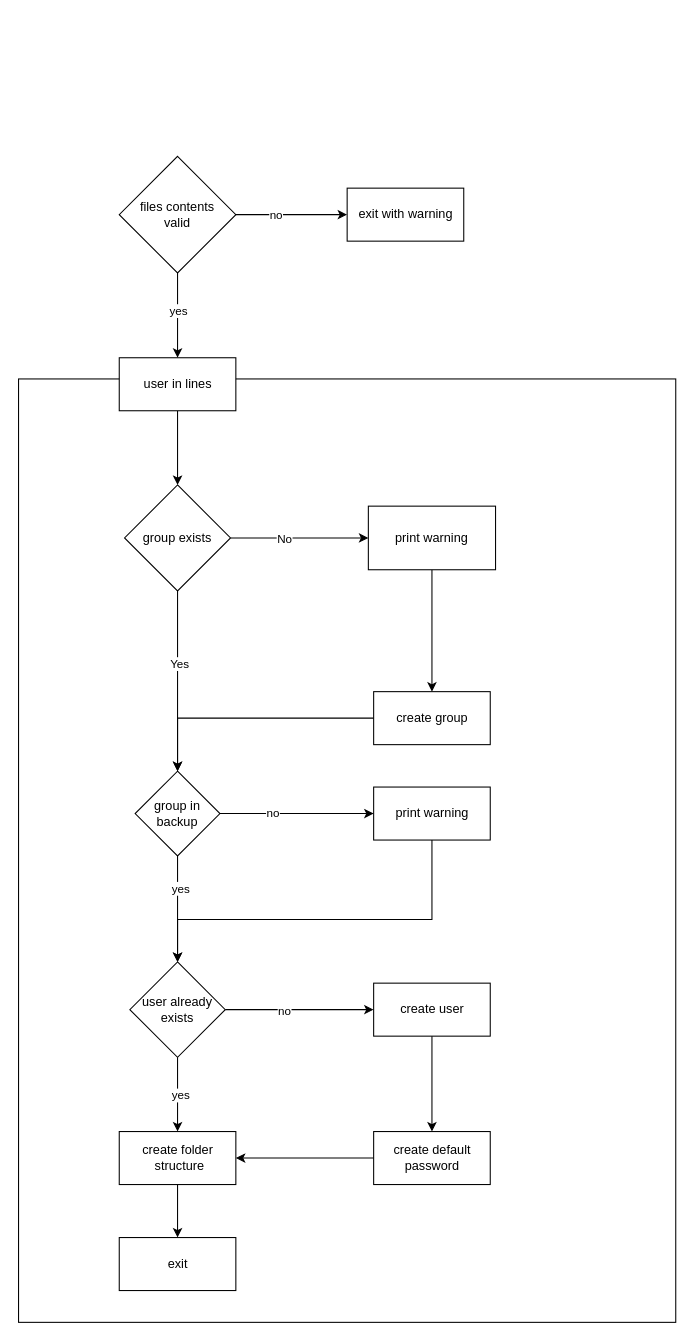
TBZ-Zurich/m122_praxisarbeit_polenz_lam keeps this draw.io diagram as praxisarbeit/docs/assets/ActivityDiagramS1.drawio. Above is the earlier version. Source tidied: cells renumbered, new cells numbered last; positions are measured from the earlier drawing's top-left corner, leaving out a move shared by most shapes. Both pictures are drawn from the tidied source at 106%, with x=0, y=0 at pixel (18, 156).
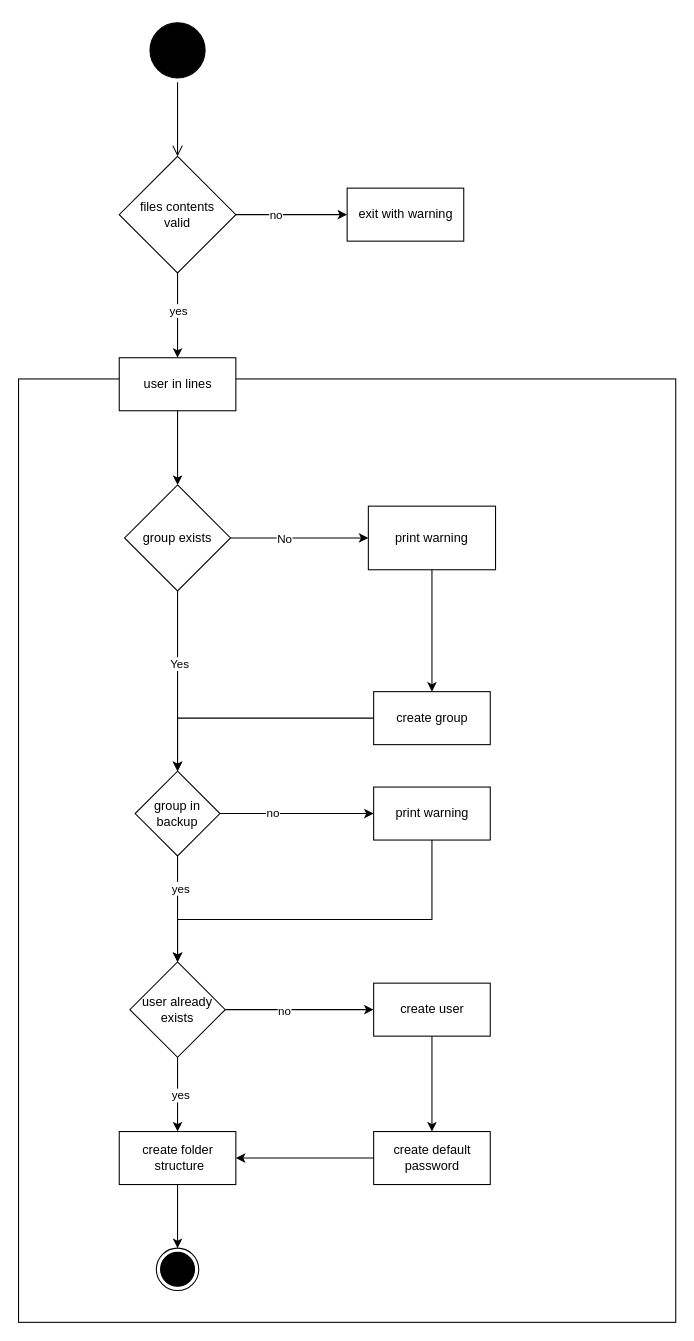
The same diagram, later.

Commit message (it also covers changes not shown here):
fix(script1): fixed wrong UML gudelines

Unchanged cells that the change refers to:
```xml
<mxCell id="27" value="create folder&lt;br&gt;&amp;nbsp;structure" style="html=1;strokeColor=default;fillColor=none;" parent="1" vertex="1">
  <mxGeometry x="95" y="920" width="110" height="50" as="geometry" />
</mxCell>
<mxCell id="37" value="files contents&lt;br&gt;valid" style="rhombus;whiteSpace=wrap;html=1;strokeColor=default;fillColor=none;" parent="1" vertex="1">
  <mxGeometry x="95" width="110" height="110" as="geometry" />
</mxCell>
```

What changed in the source:
```diff
@@
-    <mxCell id="26" style="edgeStyle=orthogonalEdgeStyle;rounded=0;jettySize=auto;html=1;" parent="1" edge="1" source="27" target="32">
+    <mxCell id="26" style="edgeStyle=orthogonalEdgeStyle;rounded=0;jettySize=auto;html=1;entryX=0.5;entryY=0;entryDx=0;entryDy=0;" parent="1" edge="1" source="27" target="41">
       <mxGeometry relative="1" as="geometry" />
     </mxCell>
@@
-    <mxCell id="32" value="exit" style="html=1;strokeColor=default;fillColor=none;" parent="1" vertex="1">
-      <mxGeometry x="95" y="1020" width="110" height="50" as="geometry" />
-    </mxCell>
@@
+    <mxCell id="39" style="ellipse;html=1;shape=startState;fillColor=#000000;strokeColor=#000000;" parent="1" vertex="1">
+      <mxGeometry x="120" y="-130" width="60" height="60" as="geometry" />
+    </mxCell>
+    <mxCell id="40" style="edgeStyle=orthogonalEdgeStyle;html=1;verticalAlign=bottom;endArrow=open;endSize=8;strokeColor=#000000;rounded=0;entryX=0.5;entryY=0;entryDx=0;entryDy=0;" parent="1" edge="1" source="39" target="37">
+      <mxGeometry relative="1" as="geometry" />
+    </mxCell>
+    <mxCell id="41" style="ellipse;html=1;shape=endState;fillColor=#000000;strokeColor=#000000;" parent="1" vertex="1">
+      <mxGeometry x="130" y="1030" width="40" height="40" as="geometry" />
+    </mxCell>
```
